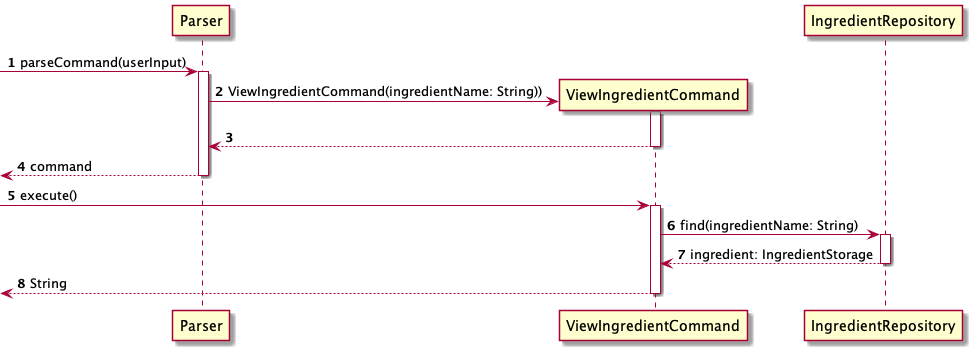
Above: docs/diagrams/ViewIngredient.png in nus-cs2113-AY2122S1/tp (PlantUML), before the change. Its diagram source:
```plantuml
@startuml

autonumber

-> Parser: parseCommand(userInput)
activate Parser

create ViewIngredientCommand
Parser -> ViewIngredientCommand: ViewIngredientCommand(ingredientName: String))
activate ViewIngredientCommand

return
return command

-> ViewIngredientCommand: execute()
activate ViewIngredientCommand

ViewIngredientCommand -> IngredientRepository: find(ingredientName: String)
activate IngredientRepository

IngredientRepository --> ViewIngredientCommand: ingredient: IngredientStorage
deactivate IngredientRepository

<-- ViewIngredientCommand: String
deactivate ViewIngredientCommand


@enduml
```
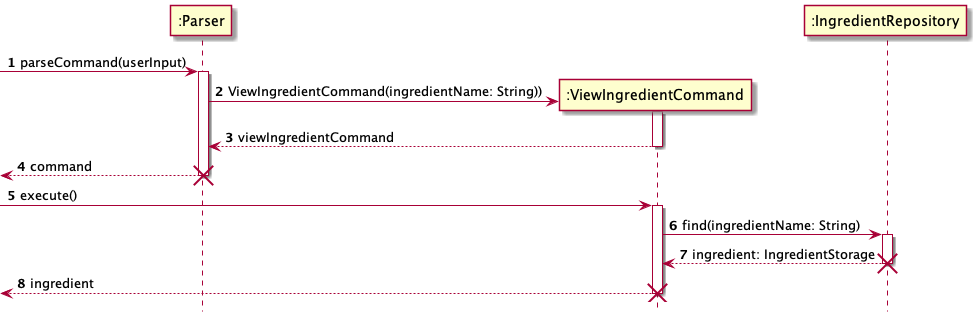
Above is the later version.

What changed in the source:
```diff
@@ -1,4 +1,9 @@
 @startuml
+!include style.puml
+
+participant ":Parser" as Parser
+participant ":ViewIngredientCommand" as ViewIngredientCommand
+participant ":IngredientRepository" as IngredientRepository
 
 autonumber
 
@@ -9,8 +14,9 @@
 Parser -> ViewIngredientCommand: ViewIngredientCommand(ingredientName: String))
 activate ViewIngredientCommand
 
-return
+return viewIngredientCommand
 return command
+destroy Parser
 
 -> ViewIngredientCommand: execute()
 activate ViewIngredientCommand
@@ -19,10 +25,10 @@
 activate IngredientRepository
 
 IngredientRepository --> ViewIngredientCommand: ingredient: IngredientStorage
-deactivate IngredientRepository
+destroy IngredientRepository
 
-<-- ViewIngredientCommand: String
-deactivate ViewIngredientCommand
+<-- ViewIngredientCommand: ingredient
+destroy ViewIngredientCommand
 
 
 @enduml
```
